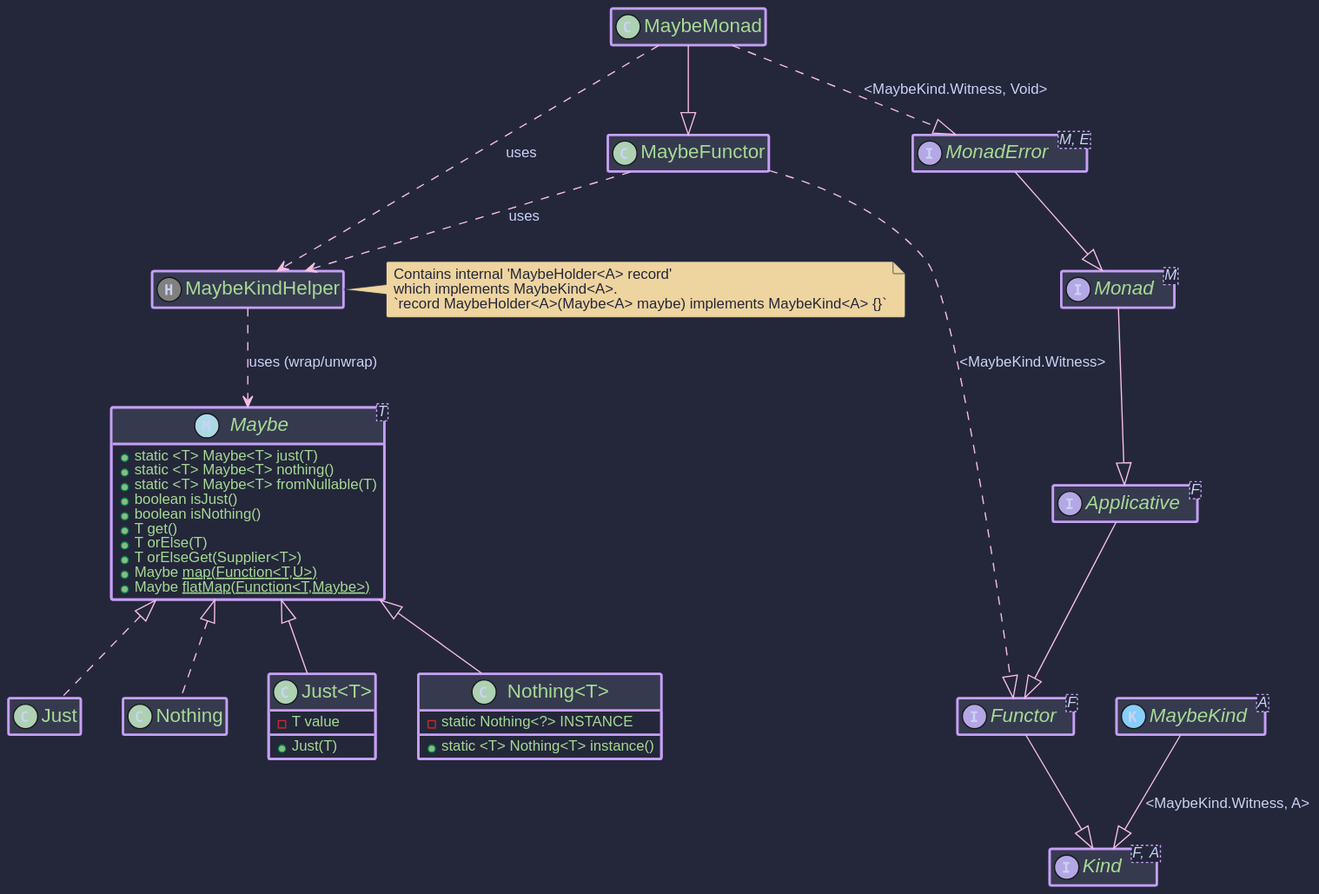
Earlier version of the PlantUML export hkj-book/src/images/puml/maybe_monad.svg (higher-kinded-j/higher-kinded-j).
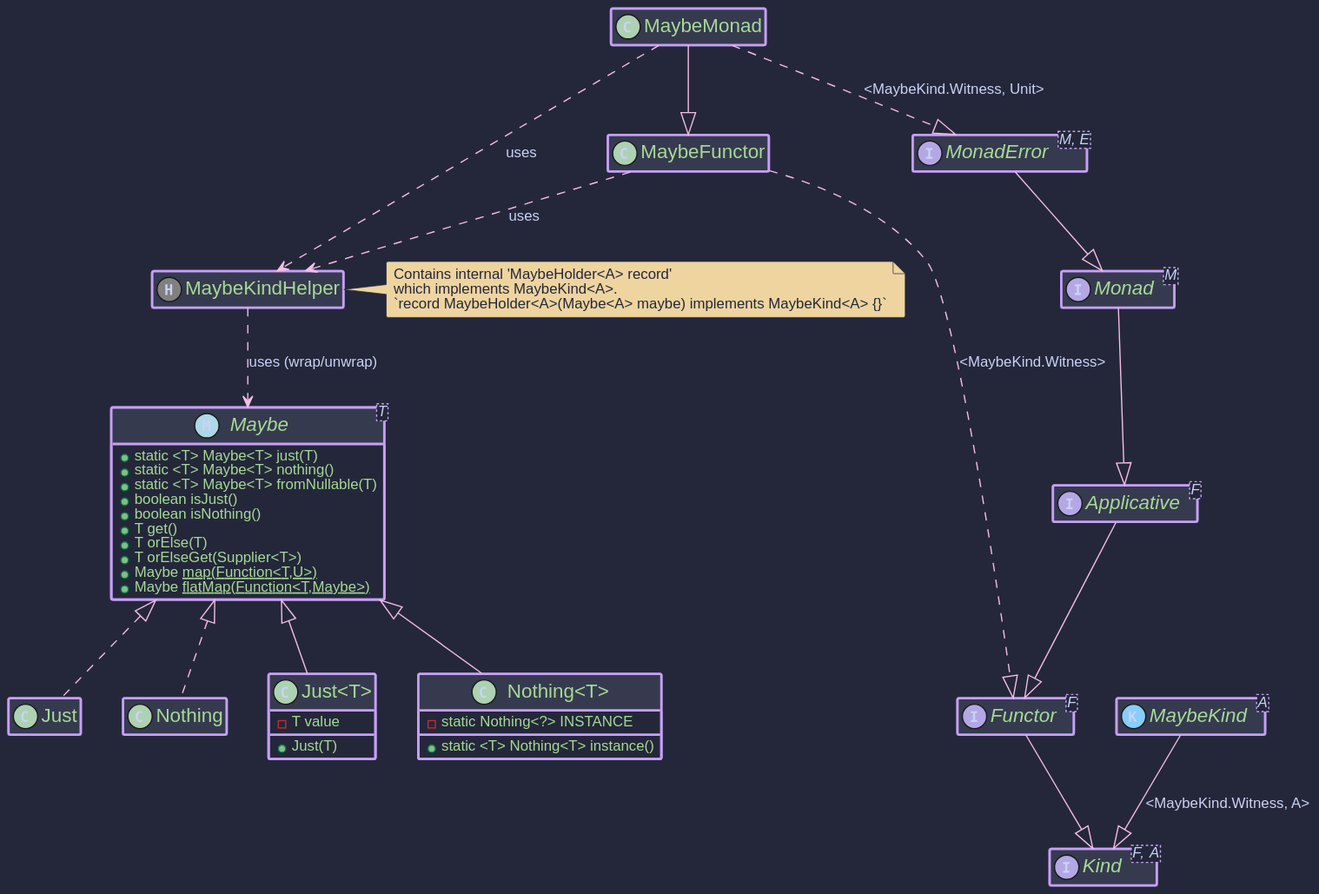
After the change.

Diff of the diagram source:
```diff
@@ -60,7 +60,7 @@
 
 MaybeFunctorImpl ..|> Functor : <MaybeKind.Witness>
 MaybeMonadImpl --|> MaybeFunctorImpl
-MaybeMonadImpl ..|> MonadErrorBase : <MaybeKind.Witness, Void>
+MaybeMonadImpl ..|> MonadErrorBase : <MaybeKind.Witness, Unit>
 
 MaybeMonadImpl ..> MaybeKindHelper : uses
 MaybeFunctorImpl ..> MaybeKindHelper : uses
```
